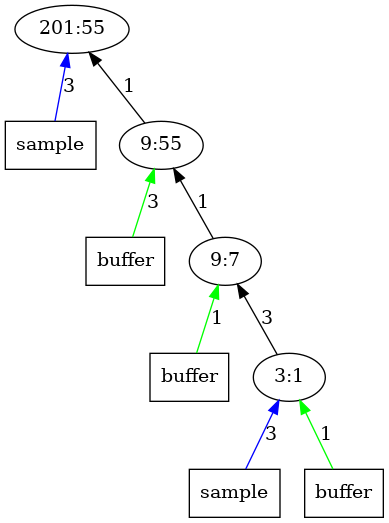
This is outputImages/op55.png.png from AbhikKhan/MTP_IITG, a Graphviz export, as it was before one commit. Its source is kept beside it as outputTrees/op55.dot.
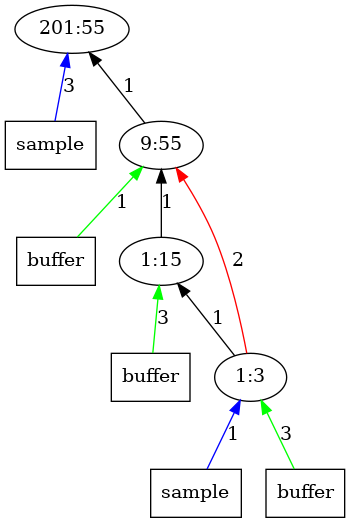
The same file after the commit.

The edit, as a diff of the source:
```diff
@@ -3,18 +3,19 @@
 	x11 -> 1 [label = "3", color = "blue"];
 	x11 [label = "sample", shape = "box"];
 	1 [label = "201:55"];
+	x22 -> 2 [label = "1", color = "green"];
+	x22 [label = "buffer", shape = "box"];
 	2 -> 1 [label = "1", color = "black"];
-	x22 -> 2 [label = "3", color = "green"];
-	x22 [label = "buffer", shape = "box"];
 	2 [label = "9:55"];
+	x32 -> 3 [label = "3", color = "green"];
+	x32 [label = "buffer", shape = "box"];
 	3 -> 2 [label = "1", color = "black"];
-	x32 -> 3 [label = "1", color = "green"];
-	x32 [label = "buffer", shape = "box"];
-	3 [label = "9:7"];
-	4 -> 3 [label = "3", color = "black"];
-	x41 -> 4 [label = "3", color = "blue"];
+	3 [label = "1:15"];
+	4 -> 3 [label = "1", color = "black"];
+	4 -> 2 [label = "2", color = "red"];
+	x41 -> 4 [label = "1", color = "blue"];
 	x41 [label = "sample", shape = "box"];
-	x42 -> 4 [label = "1", color = "green"];
+	x42 -> 4 [label = "3", color = "green"];
 	x42 [label = "buffer", shape = "box"];
-	4 [label = "3:1"];
+	4 [label = "1:3"];
 }
```
